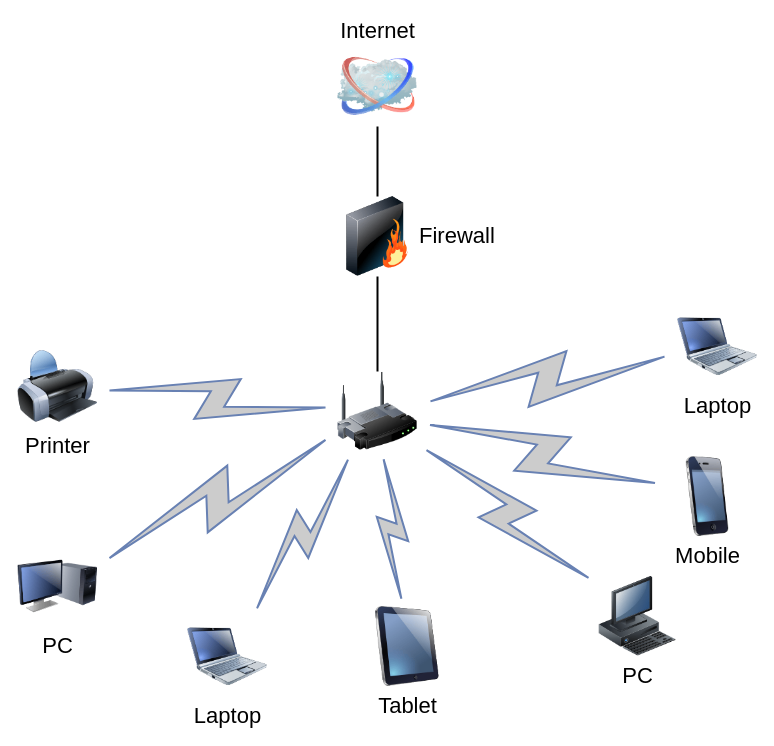
Earlier version of the draw.io diagram page "Page-1" (1 of 2) of 局域网模型.drawio (DoChEnGzZ/DeviceTestingApplication). Source tidied: cells renumbered, new cells numbered last; positions are measured from the earlier drawing's top-left corner, leaving out a move shared by most shapes. Both pictures are drawn from the tidied source at 100%, with x=0, y=0 at pixel (17, 46).
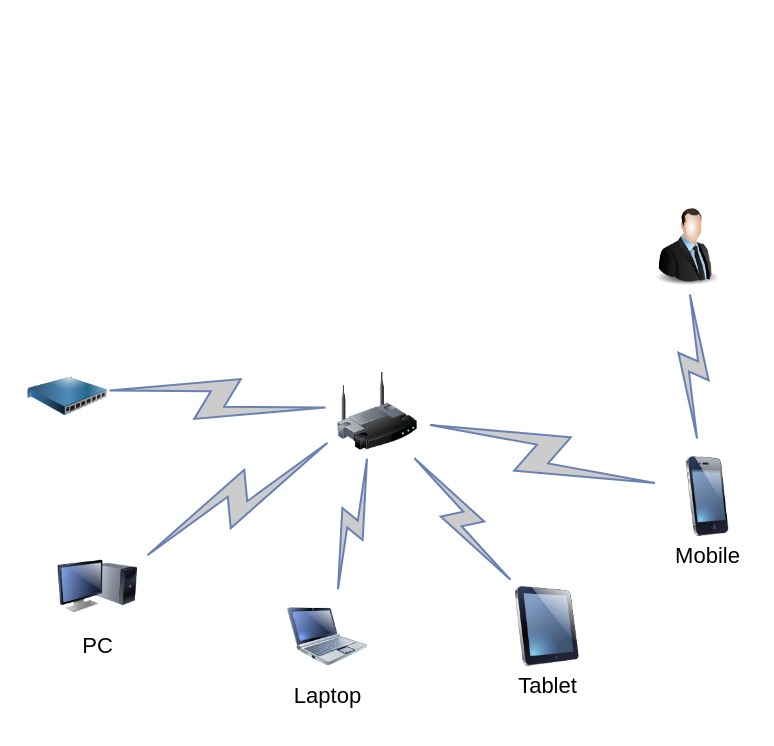
The same diagram, later.

Commit message:
更新局域网模型.drawio

Unchanged cells that the change refers to:
```xml
<mxCell id="3" style="image;html=1;labelBackgroundColor=#ffffff;image=img/lib/clip_art/networking/Wireless_Router_128x128.png;rounded=1;shadow=0;comic=0;strokeWidth=2;fontSize=22;" parent="1" vertex="1">
  <mxGeometry x="320" y="325" width="80" height="80" as="geometry" />
</mxCell>
```

What changed in the source:
```diff
@@
-    <mxCell id="2" style="edgeStyle=none;rounded=0;html=1;labelBackgroundColor=none;endArrow=none;strokeWidth=2;fontFamily=Verdana;fontSize=22;" parent="1" edge="1" source="3" target="6">
-      <mxGeometry relative="1" as="geometry" />
-    </mxCell>
@@
-    <mxCell id="4" value="Internet" style="image;html=1;labelBackgroundColor=#ffffff;image=img/lib/clip_art/networking/Cloud_128x128.png;rounded=1;shadow=0;comic=0;strokeWidth=2;fontSize=22;labelPosition=center;verticalLabelPosition=top;align=center;verticalAlign=bottom;" parent="1" vertex="1">
-      <mxGeometry x="320" width="80" height="80" as="geometry" />
-    </mxCell>
-    <mxCell id="5" style="edgeStyle=none;rounded=0;html=1;labelBackgroundColor=none;endArrow=none;strokeWidth=2;fontFamily=Verdana;fontSize=22;" parent="1" edge="1" source="6" target="4">
-      <mxGeometry relative="1" as="geometry" />
-    </mxCell>
-    <mxCell id="6" value="Firewall" style="image;html=1;labelBackgroundColor=#ffffff;image=img/lib/clip_art/networking/Firewall_128x128.png;rounded=1;shadow=0;comic=0;strokeWidth=2;fontSize=22;labelPosition=right;verticalLabelPosition=middle;align=left;verticalAlign=middle;" parent="1" vertex="1">
-      <mxGeometry x="320" y="150" width="80" height="80" as="geometry" />
-    </mxCell>
     <mxCell id="7" value="Tablet" style="image;html=1;labelBackgroundColor=#ffffff;image=img/lib/clip_art/computers/iPad_128x128.png;rounded=1;shadow=0;comic=0;strokeWidth=2;fontSize=22;" parent="1" vertex="1">
-      <mxGeometry x="350" y="560" width="80" height="80" as="geometry" />
+      <mxGeometry x="490" y="540" width="80" height="80" as="geometry" />
     </mxCell>
     <mxCell id="8" value="PC" style="image;html=1;labelBackgroundColor=#ffffff;image=img/lib/clip_art/computers/Monitor_Tower_128x128.png;rounded=1;shadow=0;comic=0;strokeWidth=2;fontSize=22;" parent="1" vertex="1">
-      <mxGeometry y="500" width="80" height="80" as="geometry" />
+      <mxGeometry x="40" y="500" width="80" height="80" as="geometry" />
     </mxCell>
-    <mxCell id="9" value="Printer" style="image;html=1;labelBackgroundColor=#ffffff;image=img/lib/clip_art/computers/Printer_128x128.png;rounded=1;shadow=0;comic=0;strokeWidth=2;fontSize=22;" parent="1" vertex="1">
-      <mxGeometry y="300" width="80" height="80" as="geometry" />
-    </mxCell>
-    <mxCell id="10" value="PC" style="image;html=1;labelBackgroundColor=#ffffff;image=img/lib/clip_art/computers/Workstation_128x128.png;rounded=1;shadow=0;comic=0;strokeWidth=2;fontSize=22;" parent="1" vertex="1">
-      <mxGeometry x="580" y="530" width="80" height="80" as="geometry" />
-    </mxCell>
@@
-    <mxCell id="12" value="Laptop" style="image;html=1;labelBackgroundColor=#ffffff;image=img/lib/clip_art/computers/Netbook_128x128.png;rounded=1;shadow=0;comic=0;strokeColor=#000000;strokeWidth=2;fillColor=#FFFFFF;fontSize=22;fontColor=#000000;" parent="1" vertex="1">
-      <mxGeometry x="660" y="260" width="80" height="80" as="geometry" />
-    </mxCell>
     <mxCell id="13" value="Laptop" style="image;html=1;labelBackgroundColor=#ffffff;image=img/lib/clip_art/computers/Netbook_128x128.png;rounded=1;shadow=0;comic=0;strokeWidth=2;fontSize=22;" parent="1" vertex="1">
-      <mxGeometry x="170" y="570" width="80" height="80" as="geometry" />
+      <mxGeometry x="270" y="550" width="80" height="80" as="geometry" />
     </mxCell>
-    <mxCell id="14" style="html=1;fillColor=#CCCCCC;strokeColor=#6881B3;gradientColor=none;gradientDirection=north;strokeWidth=2;shape=mxgraph.networks.comm_link_edge;html=1;labelBackgroundColor=none;endArrow=none;fontFamily=Verdana;fontSize=22;fontColor=#000000;" parent="1" edge="1" source="9" target="3">
-      <mxGeometry relative="1" as="geometry" />
+    <mxCell id="14" style="html=1;fillColor=#CCCCCC;strokeColor=#6881B3;gradientColor=none;gradientDirection=north;strokeWidth=2;shape=mxgraph.networks.comm_link_edge;html=1;labelBackgroundColor=none;endArrow=none;fontFamily=Verdana;fontSize=22;fontColor=#000000;" parent="1" edge="1" target="3">
+      <mxGeometry relative="1" as="geometry">
+        <mxPoint x="80" y="343.1" as="sourcePoint" />
+      </mxGeometry>
     </mxCell>
@@
-    <mxCell id="18" style="html=1;fillColor=#CCCCCC;strokeColor=#6881B3;gradientColor=none;gradientDirection=north;strokeWidth=2;shape=mxgraph.networks.comm_link_edge;html=1;labelBackgroundColor=none;endArrow=none;fontFamily=Verdana;fontSize=22;fontColor=#000000;" parent="1" edge="1" source="10" target="3">
-      <mxGeometry relative="1" as="geometry" />
-    </mxCell>
@@
-    <mxCell id="20" style="html=1;fillColor=#CCCCCC;strokeColor=#6881B3;gradientColor=none;gradientDirection=north;strokeWidth=2;shape=mxgraph.networks.comm_link_edge;html=1;labelBackgroundColor=none;endArrow=none;fontFamily=Verdana;fontSize=22;fontColor=#000000;" parent="1" edge="1" source="12" target="3">
-      <mxGeometry relative="1" as="geometry" />
-    </mxCell>
+    <mxCell id="21" style="image;html=1;image=img/lib/clip_art/networking/power_distribution_unit_128x128.png;" parent="1" vertex="1">
+      <mxGeometry x="10" y="310" width="80" height="80" as="geometry" />
+    </mxCell>
+    <mxCell id="22" style="image;html=1;image=img/lib/clip_art/people/Suit_Man_128x128.png;" parent="1" vertex="1">
+      <mxGeometry x="630" y="160" width="80" height="80" as="geometry" />
+    </mxCell>
+    <mxCell id="23" style="html=1;outlineConnect=0;fillColor=#CCCCCC;strokeColor=#6881B3;gradientColor=none;gradientDirection=north;strokeWidth=2;shape=mxgraph.networks.comm_link_edge;html=1;" parent="1" edge="1" target="22">
+      <mxGeometry relative="1" as="geometry">
+        <mxPoint x="680" y="400" as="sourcePoint" />
+      </mxGeometry>
+    </mxCell>
```
